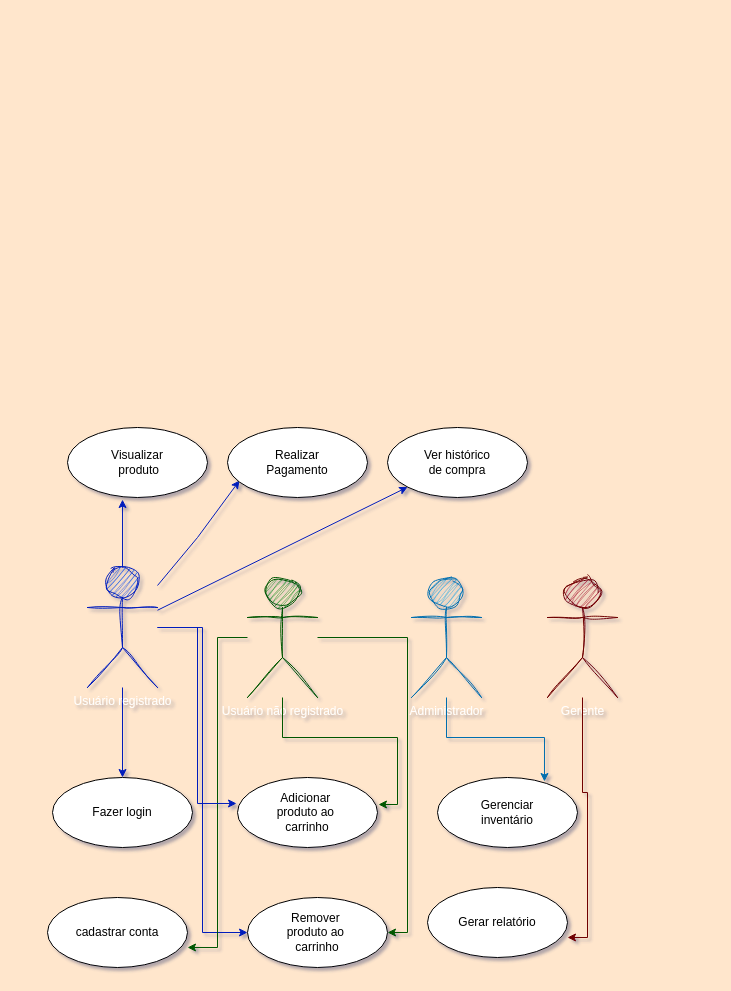
This is Diagrama 01.drawio from Diogo-Holanda-DH/teste02, a draw.io file, before an edit. Source tidied: cells renumbered, new cells numbered last; positions are measured from the earlier drawing's top-left corner, leaving out a move shared by most shapes. Both pictures are drawn from the tidied source at 100%, with x=0, y=0 at pixel (47, 427).
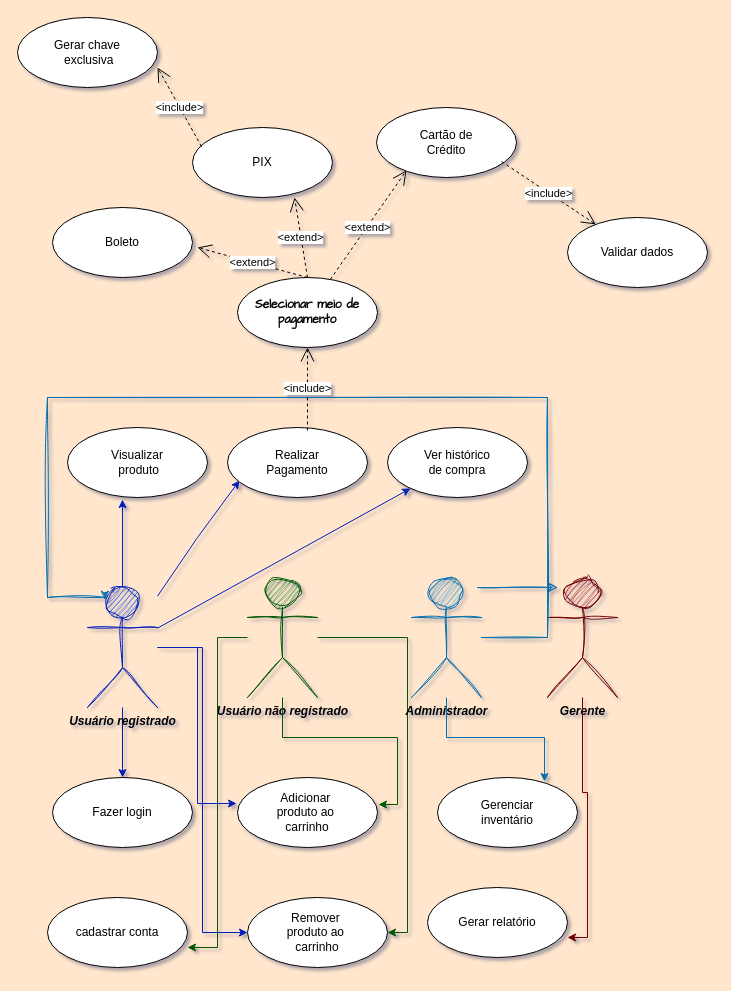
Above is the later version.

The change refers to these unchanged cells:
```xml
<mxCell id="18" value="Realizar&lt;div&gt;Pagamento&lt;/div&gt;" style="ellipse;whiteSpace=wrap;html=1;" parent="1" vertex="1">
  <mxGeometry x="180" width="140" height="70" as="geometry" />
</mxCell>
```

What changed in the source:
```diff
@@
-    <mxCell id="5" value="Usuário registrado" style="shape=umlActor;verticalLabelPosition=bottom;verticalAlign=top;html=1;sketch=1;curveFitting=1;jiggle=2;fillColor=#0050ef;strokeColor=#001DBC;fontColor=#ffffff;" parent="1" vertex="1">
-      <mxGeometry x="40" y="140" width="70" height="120" as="geometry" />
+    <mxCell id="5" value="&lt;font color=&quot;#000000&quot;&gt;&lt;b&gt;&lt;i&gt;Usuário registrado&lt;/i&gt;&lt;/b&gt;&lt;/font&gt;" style="shape=umlActor;verticalLabelPosition=bottom;verticalAlign=top;html=1;sketch=1;curveFitting=1;jiggle=2;fillColor=#0050ef;strokeColor=#001DBC;fontColor=#ffffff;" parent="1" vertex="1">
+      <mxGeometry x="40" y="160" width="70" height="120" as="geometry" />
     </mxCell>
@@
-    <mxCell id="7" value="Usuário não registrado&lt;div&gt;&lt;br&gt;&lt;/div&gt;" style="shape=umlActor;verticalLabelPosition=bottom;verticalAlign=top;html=1;fillColor=#008a00;fontColor=#ffffff;strokeColor=#005700;sketch=1;curveFitting=1;jiggle=2;" parent="1" vertex="1">
+    <mxCell id="7" value="&lt;b&gt;&lt;font color=&quot;#000000&quot;&gt;&lt;i&gt;Usuário não registrado&lt;/i&gt;&lt;/font&gt;&lt;/b&gt;&lt;div&gt;&lt;br&gt;&lt;/div&gt;" style="shape=umlActor;verticalLabelPosition=bottom;verticalAlign=top;html=1;fillColor=#008a00;fontColor=#ffffff;strokeColor=#005700;sketch=1;curveFitting=1;jiggle=2;" parent="1" vertex="1">
       <mxGeometry x="200" y="150" width="70" height="120" as="geometry" />
     </mxCell>
-    <mxCell id="8" value="Administrador&lt;div&gt;&lt;br&gt;&lt;/div&gt;" style="shape=umlActor;verticalLabelPosition=bottom;verticalAlign=top;html=1;sketch=1;curveFitting=1;jiggle=2;fillColor=#1ba1e2;fontColor=#ffffff;strokeColor=#006EAF;" parent="1" vertex="1">
+    <mxCell id="8" value="&lt;font style=&quot;&quot; color=&quot;#000000&quot;&gt;&lt;i&gt;&lt;b&gt;Administrador&lt;/b&gt;&lt;/i&gt;&lt;/font&gt;&lt;div&gt;&lt;br&gt;&lt;/div&gt;" style="shape=umlActor;verticalLabelPosition=bottom;verticalAlign=top;html=1;sketch=1;curveFitting=1;jiggle=2;fillColor=#1ba1e2;fontColor=#ffffff;strokeColor=#006EAF;" parent="1" vertex="1">
       <mxGeometry x="364" y="150" width="70" height="120" as="geometry" />
     </mxCell>
-    <mxCell id="9" value="&lt;div&gt;Gerente&lt;/div&gt;" style="shape=umlActor;verticalLabelPosition=bottom;verticalAlign=top;html=1;fillColor=#a20025;fontColor=#ffffff;strokeColor=#6F0000;sketch=1;curveFitting=1;jiggle=2;" parent="1" vertex="1">
+    <mxCell id="9" value="&lt;div&gt;&lt;font color=&quot;#000000&quot;&gt;&lt;b&gt;&lt;i&gt;Gerente&lt;/i&gt;&lt;/b&gt;&lt;/font&gt;&lt;/div&gt;" style="shape=umlActor;verticalLabelPosition=bottom;verticalAlign=top;html=1;fillColor=#a20025;fontColor=#ffffff;strokeColor=#6F0000;sketch=1;curveFitting=1;jiggle=2;" parent="1" vertex="1">
       <mxGeometry x="500" y="150" width="70" height="120" as="geometry" />
     </mxCell>
@@
+    <mxCell id="26" style="rounded=0;sketch=1;hachureGap=4;jiggle=2;curveFitting=1;orthogonalLoop=1;jettySize=auto;html=1;fontFamily=Architects Daughter;fillColor=#1ba1e2;strokeColor=#006EAF;" parent="1" edge="1">
+      <mxGeometry relative="1" as="geometry">
+        <mxPoint x="430" y="160" as="sourcePoint" />
+        <mxPoint x="510" y="160" as="targetPoint" />
+      </mxGeometry>
+    </mxCell>
+    <mxCell id="27" style="edgeStyle=orthogonalEdgeStyle;rounded=0;sketch=1;hachureGap=4;jiggle=2;curveFitting=1;jettySize=auto;html=1;fontFamily=Architects Daughter;fillColor=#1ba1e2;strokeColor=#006EAF;entryX=0.25;entryY=0.1;entryDx=0;entryDy=0;entryPerimeter=0;" parent="1" edge="1" source="8" target="5">
+      <mxGeometry relative="1" as="geometry">
+        <Array as="points">
+          <mxPoint x="500" y="210" />
+          <mxPoint x="500" y="-30" />
+          <mxPoint y="-30" />
+          <mxPoint y="170" />
+          <mxPoint x="58" y="170" />
+        </Array>
+      </mxGeometry>
+    </mxCell>
+    <mxCell id="28" value="&lt;b&gt;Selecionar meio de pagamento&lt;/b&gt;" style="ellipse;whiteSpace=wrap;html=1;hachureGap=4;fontFamily=Architects Daughter;" parent="1" vertex="1">
+      <mxGeometry x="190" y="-150" width="140" height="70" as="geometry" />
+    </mxCell>
+    <mxCell id="29" value="Boleto" style="ellipse;whiteSpace=wrap;html=1;" parent="1" vertex="1">
+      <mxGeometry x="5" y="-220" width="140" height="70" as="geometry" />
+    </mxCell>
+    <mxCell id="30" value="PIX" style="ellipse;whiteSpace=wrap;html=1;" parent="1" vertex="1">
+      <mxGeometry x="145" y="-300" width="140" height="70" as="geometry" />
+    </mxCell>
+    <mxCell id="31" value="Cartão de&lt;div&gt;Crédito&lt;/div&gt;" style="ellipse;whiteSpace=wrap;html=1;" parent="1" vertex="1">
+      <mxGeometry x="329" y="-320" width="140" height="70" as="geometry" />
+    </mxCell>
+    <mxCell id="32" value="&amp;lt;extend&amp;gt;" style="endArrow=open;endSize=12;dashed=1;html=1;rounded=0;exitX=0.5;exitY=0;exitDx=0;exitDy=0;entryX=0.729;entryY=1;entryDx=0;entryDy=0;entryPerimeter=0;" parent="1" edge="1" source="28" target="30">
+      <mxGeometry relative="1" as="geometry" />
+    </mxCell>
+    <mxCell id="33" value="&amp;lt;extend&amp;gt;" style="endArrow=open;endSize=12;dashed=1;html=1;rounded=0;exitX=0.5;exitY=0;exitDx=0;exitDy=0;" parent="1" edge="1" source="28">
+      <mxGeometry relative="1" as="geometry">
+        <mxPoint x="150" y="-180" as="targetPoint" />
+      </mxGeometry>
+    </mxCell>
+    <mxCell id="34" value="&amp;lt;extend&amp;gt;" style="endArrow=open;endSize=12;dashed=1;html=1;rounded=0;entryX=0.214;entryY=0.9;entryDx=0;entryDy=0;entryPerimeter=0;" parent="1" edge="1" source="28" target="31">
+      <mxGeometry x="-0.04" y="-1" relative="1" as="geometry" />
+    </mxCell>
+    <mxCell id="35" value="Validar dados" style="ellipse;whiteSpace=wrap;html=1;" parent="1" vertex="1">
+      <mxGeometry x="520" y="-210" width="140" height="70" as="geometry" />
+    </mxCell>
+    <mxCell id="36" value="&amp;lt;include&amp;gt;" style="endArrow=open;endSize=12;dashed=1;html=1;rounded=0;exitX=0.893;exitY=0.771;exitDx=0;exitDy=0;exitPerimeter=0;" parent="1" edge="1" source="31" target="35">
+      <mxGeometry relative="1" as="geometry" />
+    </mxCell>
+    <mxCell id="37" value="Gerar chave&lt;div&gt;&amp;nbsp;exclusiva&lt;/div&gt;" style="ellipse;whiteSpace=wrap;html=1;" parent="1" vertex="1">
+      <mxGeometry x="-30" y="-410" width="140" height="70" as="geometry" />
+    </mxCell>
+    <mxCell id="38" value="&amp;lt;include&amp;gt;" style="endArrow=open;endSize=12;dashed=1;html=1;rounded=0;entryX=0.5;entryY=1;entryDx=0;entryDy=0;exitX=0.571;exitY=0.043;exitDx=0;exitDy=0;exitPerimeter=0;" parent="1" edge="1" source="18" target="28">
+      <mxGeometry x="0.01" relative="1" as="geometry" />
+    </mxCell>
+    <mxCell id="39" value="&amp;lt;include&amp;gt;" style="endArrow=open;endSize=12;dashed=1;html=1;rounded=0;exitX=0.064;exitY=0.271;exitDx=0;exitDy=0;exitPerimeter=0;entryX=1;entryY=0.714;entryDx=0;entryDy=0;entryPerimeter=0;" parent="1" edge="1" source="30" target="37">
+      <mxGeometry relative="1" as="geometry" />
+    </mxCell>
```
